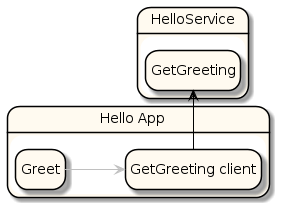
Above: examples/tutorial/out/4_hello_project_epa.png in Allon-Guralnek/sysl-website (PlantUML), before the change.
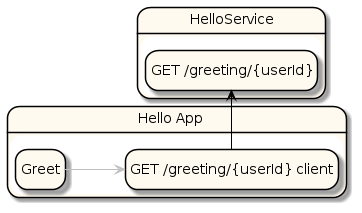
Later version of the same file.

The edit, as a diff of the source:
```diff
@@ -10,11 +10,11 @@
   ArrowColor Crimson
 }
 state "Hello App" as X_0 <<highlight>> {
-  state "GetGreeting client" as _0 <<highlight>>
+  state "GET /greeting/{userId} client" as _0 <<highlight>>
   state "Greet" as _1 <<highlight>>
 }
 state "HelloService" as X_1 <<highlight>> {
-  state "GetGreeting" as _2 <<highlight>>
+  state "GET /greeting/{userId}" as _2 <<highlight>>
 }
 _1 -[#silver]-> _0
 _0 -[#black]> _2
```
